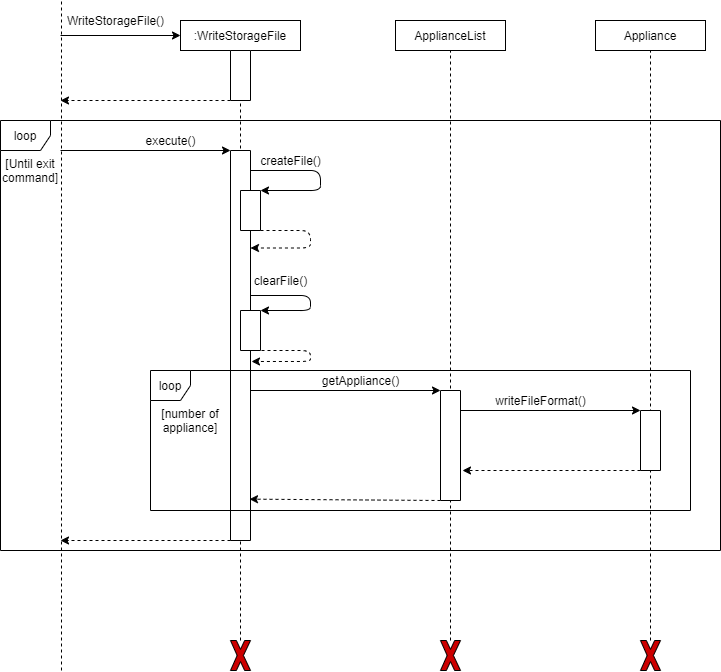
Earlier version of the draw.io export docs/images/diagrams/Sequence_WriteStorageFile.png (nus-cs2113-AY2021S1/tp). Source tidied: cells renumbered, new cells last; positions are measured from the earlier drawing's top-left corner, leaving out a move shared by most shapes. Source of this version:
```xml
<mxGraphModel>
  <root>
    <mxCell id="0" />
    <mxCell id="1" parent="0" />
    <mxCell id="2" value="loop" style="shape=umlFrame;whiteSpace=wrap;html=1;width=50;height=30;" parent="1" vertex="1">
      <mxGeometry y="120" width="720" height="430" as="geometry" />
    </mxCell>
    <mxCell id="3" style="endArrow=none;dashed=1;html=1;entryX=1;entryY=0.5;entryDx=0;entryDy=0;" parent="1" edge="1" source="32" target="40">
      <mxGeometry relative="1" as="geometry" />
    </mxCell>
    <mxCell id="4" style="endArrow=none;dashed=1;html=1;entryX=0.5;entryY=1;entryDx=0;entryDy=0;" parent="1" edge="1" source="36" target="27">
      <mxGeometry relative="1" as="geometry" />
    </mxCell>
    <mxCell id="5" style="endArrow=none;dashed=1;html=1;entryX=0.5;entryY=1;entryDx=0;entryDy=0;" parent="1" edge="1" source="40" target="6">
      <mxGeometry relative="1" as="geometry" />
    </mxCell>
    <mxCell id="6" value=":WriteStorageFile" style="rounded=0;whiteSpace=wrap;html=1;" parent="1" vertex="1">
      <mxGeometry x="180" y="20" width="120" height="30" as="geometry" />
    </mxCell>
    <mxCell id="7" style="rounded=0;whiteSpace=wrap;html=1;direction=west;" parent="1" vertex="1">
      <mxGeometry x="230" y="150" width="20" height="390" as="geometry" />
    </mxCell>
    <mxCell id="8" style="rounded=0;whiteSpace=wrap;html=1;direction=south;" parent="1" vertex="1">
      <mxGeometry x="240" y="190" width="20" height="40" as="geometry" />
    </mxCell>
    <mxCell id="9" style="edgeStyle=elbowEdgeStyle;elbow=vertical;endArrow=classic;html=1;exitX=1;exitY=0;exitDx=0;exitDy=0;entryX=0;entryY=0.75;entryDx=0;entryDy=0;dashed=1;" parent="1" edge="1" source="8" target="7">
      <mxGeometry relative="1" as="geometry">
        <Array as="points">
          <mxPoint x="310" y="240" />
          <mxPoint x="320" y="350" />
          <mxPoint x="310" y="370" />
          <mxPoint x="320" y="350" />
          <mxPoint x="290" y="350" />
          <mxPoint x="310" y="390" />
          <mxPoint x="320" y="440" />
          <mxPoint x="280" y="430" />
          <mxPoint x="280" y="170" />
          <mxPoint x="270" y="170" />
          <mxPoint x="280" y="170" />
          <mxPoint x="340" y="148" />
        </Array>
      </mxGeometry>
    </mxCell>
    <mxCell id="10" value="createFile()" style="text;html=1;align=center;verticalAlign=middle;" parent="1" vertex="1">
      <mxGeometry x="250" y="150" width="80" height="20" as="geometry" />
    </mxCell>
    <mxCell id="11" style="rounded=0;whiteSpace=wrap;html=1;direction=south;" parent="1" vertex="1">
      <mxGeometry x="240" y="310" width="20" height="40" as="geometry" />
    </mxCell>
    <mxCell id="12" style="edgeStyle=elbowEdgeStyle;elbow=vertical;endArrow=classic;html=1;exitX=1;exitY=0.25;exitDx=0;exitDy=0;dashed=1;entryX=-0.05;entryY=0.459;entryDx=0;entryDy=0;entryPerimeter=0;" parent="1" edge="1" source="11" target="7">
      <mxGeometry relative="1" as="geometry">
        <Array as="points">
          <mxPoint x="310" y="400" />
          <mxPoint x="330" y="398" />
          <mxPoint x="310" y="398" />
          <mxPoint x="388" y="388" />
          <mxPoint x="368" y="368" />
          <mxPoint x="496" y="482.1" />
          <mxPoint x="466" y="482.1" />
          <mxPoint x="496" y="552.1" />
          <mxPoint x="466" y="312.1" />
          <mxPoint x="466" y="332.1" />
          <mxPoint x="466" y="292.1" />
          <mxPoint x="496" y="292.1" />
          <mxPoint x="456" y="272.1" />
          <mxPoint x="676" y="292.1" />
          <mxPoint x="666" y="302.1" />
          <mxPoint x="466" y="302.1" />
          <mxPoint x="486" y="269.1" />
          <mxPoint x="496" y="269.1" />
          <mxPoint x="536" y="269.1" />
          <mxPoint x="516" y="282.1" />
          <mxPoint x="516" y="269.1" />
        </Array>
      </mxGeometry>
    </mxCell>
    <mxCell id="13" value="clearFile()" style="text;html=1;align=center;verticalAlign=middle;rotation=0;" parent="1" vertex="1">
      <mxGeometry x="245" y="270" width="70" height="20" as="geometry" />
    </mxCell>
    <mxCell id="14" style="endArrow=classic;html=1;entryX=0;entryY=0.5;entryDx=0;entryDy=0;" parent="1" edge="1" target="6">
      <mxGeometry relative="1" as="geometry">
        <mxPoint x="60" y="35" as="sourcePoint" />
      </mxGeometry>
    </mxCell>
    <mxCell id="15" style="endArrow=classic;html=1;dashed=1;exitX=1;exitY=1;exitDx=0;exitDy=0;" parent="1" edge="1" source="40">
      <mxGeometry relative="1" as="geometry">
        <mxPoint x="60" y="100" as="targetPoint" />
      </mxGeometry>
    </mxCell>
    <mxCell id="16" style="endArrow=none;dashed=1;html=1;" parent="1" edge="1">
      <mxGeometry relative="1" as="geometry">
        <mxPoint x="61" y="670" as="sourcePoint" />
        <mxPoint x="61" as="targetPoint" />
      </mxGeometry>
    </mxCell>
    <mxCell id="17" value="WriteStorageFile()" style="text;html=1;align=center;verticalAlign=middle;" parent="1" vertex="1">
      <mxGeometry x="60" y="10" width="110" height="20" as="geometry" />
    </mxCell>
    <mxCell id="18" style="endArrow=classic;html=1;entryX=1;entryY=1;entryDx=0;entryDy=0;" parent="1" edge="1" target="7">
      <mxGeometry relative="1" as="geometry">
        <mxPoint x="60" y="150" as="sourcePoint" />
      </mxGeometry>
    </mxCell>
    <mxCell id="19" value="execute()" style="text;html=1;align=center;verticalAlign=middle;" parent="1" vertex="1">
      <mxGeometry x="135" y="130" width="70" height="20" as="geometry" />
    </mxCell>
    <mxCell id="20" style="endArrow=classic;html=1;exitX=1;exitY=0;exitDx=0;exitDy=0;dashed=1;" parent="1" edge="1" source="7">
      <mxGeometry relative="1" as="geometry">
        <mxPoint x="60" y="540" as="targetPoint" />
      </mxGeometry>
    </mxCell>
    <mxCell id="21" style="endArrow=classic;html=1;entryX=0;entryY=1;entryDx=0;entryDy=0;" parent="1" edge="1" target="29">
      <mxGeometry relative="1" as="geometry">
        <mxPoint x="250" y="390" as="sourcePoint" />
      </mxGeometry>
    </mxCell>
    <mxCell id="22" style="endArrow=classic;html=1;entryX=0;entryY=1;entryDx=0;entryDy=0;" parent="1" edge="1" target="23">
      <mxGeometry relative="1" as="geometry">
        <mxPoint x="460" y="410" as="sourcePoint" />
      </mxGeometry>
    </mxCell>
    <mxCell id="23" style="rounded=0;whiteSpace=wrap;html=1;direction=south;" parent="1" vertex="1">
      <mxGeometry x="640" y="410" width="20" height="60" as="geometry" />
    </mxCell>
    <mxCell id="24" style="endArrow=classic;html=1;exitX=1;exitY=1;exitDx=0;exitDy=0;dashed=1;" parent="1" edge="1" source="23">
      <mxGeometry relative="1" as="geometry">
        <mxPoint x="462" y="470" as="targetPoint" />
      </mxGeometry>
    </mxCell>
    <mxCell id="25" style="endArrow=classic;html=1;dashed=1;exitX=1;exitY=1;exitDx=0;exitDy=0;entryX=0.05;entryY=0.106;entryDx=0;entryDy=0;entryPerimeter=0;" parent="1" edge="1" source="29" target="7">
      <mxGeometry relative="1" as="geometry" />
    </mxCell>
    <mxCell id="26" value="ApplianceList" style="rounded=0;whiteSpace=wrap;html=1;" parent="1" vertex="1">
      <mxGeometry x="395" y="20" width="110" height="30" as="geometry" />
    </mxCell>
    <mxCell id="27" value="Appliance" style="rounded=0;whiteSpace=wrap;html=1;" parent="1" vertex="1">
      <mxGeometry x="595" y="20" width="110" height="30" as="geometry" />
    </mxCell>
    <mxCell id="28" style="endArrow=none;dashed=1;html=1;entryX=0.5;entryY=1;entryDx=0;entryDy=0;" parent="1" edge="1" source="34" target="26">
      <mxGeometry relative="1" as="geometry" />
    </mxCell>
    <mxCell id="29" style="rounded=0;whiteSpace=wrap;html=1;direction=south;" parent="1" vertex="1">
      <mxGeometry x="440" y="390" width="20" height="110" as="geometry" />
    </mxCell>
    <mxCell id="30" value="getAppliance()" style="text;html=1;align=center;verticalAlign=middle;" parent="1" vertex="1">
      <mxGeometry x="315" y="370" width="90" height="20" as="geometry" />
    </mxCell>
    <mxCell id="31" value="writeFileFormat()" style="text;html=1;align=center;verticalAlign=middle;" parent="1" vertex="1">
      <mxGeometry x="485" y="390" width="110" height="20" as="geometry" />
    </mxCell>
    <mxCell id="32" style="verticalLabelPosition=bottom;verticalAlign=top;html=1;shape=mxgraph.basic.x;fillColor=#CC0000;" parent="1" vertex="1">
      <mxGeometry x="230" y="640" width="20" height="30" as="geometry" />
    </mxCell>
    <mxCell id="33" style="endArrow=none;dashed=1;html=1;entryX=0.5;entryY=1;entryDx=0;entryDy=0;" parent="1" edge="1" target="32">
      <mxGeometry relative="1" as="geometry">
        <mxPoint x="240" y="670" as="sourcePoint" />
      </mxGeometry>
    </mxCell>
    <mxCell id="34" style="verticalLabelPosition=bottom;verticalAlign=top;html=1;shape=mxgraph.basic.x;fillColor=#CC0000;" parent="1" vertex="1">
      <mxGeometry x="440" y="640" width="20" height="30" as="geometry" />
    </mxCell>
    <mxCell id="35" style="endArrow=none;dashed=1;html=1;entryX=0.5;entryY=1;entryDx=0;entryDy=0;" parent="1" edge="1" target="34">
      <mxGeometry relative="1" as="geometry">
        <mxPoint x="450" y="670" as="sourcePoint" />
      </mxGeometry>
    </mxCell>
    <mxCell id="36" style="verticalLabelPosition=bottom;verticalAlign=top;html=1;shape=mxgraph.basic.x;fillColor=#CC0000;" parent="1" vertex="1">
      <mxGeometry x="640" y="640" width="20" height="30" as="geometry" />
    </mxCell>
    <mxCell id="37" style="endArrow=none;dashed=1;html=1;entryX=0.5;entryY=1;entryDx=0;entryDy=0;" parent="1" edge="1" target="36">
      <mxGeometry relative="1" as="geometry">
        <mxPoint x="650" y="670" as="sourcePoint" />
      </mxGeometry>
    </mxCell>
    <mxCell id="38" style="edgeStyle=segmentEdgeStyle;endArrow=classic;html=1;entryX=0;entryY=0;entryDx=0;entryDy=0;" parent="1" edge="1" target="8">
      <mxGeometry relative="1" as="geometry">
        <mxPoint x="250" y="170" as="sourcePoint" />
        <Array as="points">
          <mxPoint x="320" y="170" />
          <mxPoint x="320" y="190" />
        </Array>
      </mxGeometry>
    </mxCell>
    <mxCell id="39" style="edgeStyle=segmentEdgeStyle;endArrow=classic;html=1;entryX=0;entryY=0;entryDx=0;entryDy=0;" parent="1" edge="1" target="11">
      <mxGeometry relative="1" as="geometry">
        <mxPoint x="250" y="295" as="sourcePoint" />
        <Array as="points">
          <mxPoint x="310" y="295" />
          <mxPoint x="310" y="310" />
        </Array>
      </mxGeometry>
    </mxCell>
    <mxCell id="40" style="rounded=0;whiteSpace=wrap;html=1;direction=south;" parent="1" vertex="1">
      <mxGeometry x="230" y="50" width="20" height="50" as="geometry" />
    </mxCell>
    <mxCell id="41" value="loop" style="shape=umlFrame;whiteSpace=wrap;html=1;width=40;height=30;" parent="1" vertex="1">
      <mxGeometry x="150" y="370" width="540" height="140" as="geometry" />
    </mxCell>
    <mxCell id="42" value="[number of appliance]" style="text;html=1;strokeColor=none;fillColor=none;align=center;verticalAlign=middle;whiteSpace=wrap;rounded=0;" parent="1" vertex="1">
      <mxGeometry x="160" y="410" width="60" height="20" as="geometry" />
    </mxCell>
    <mxCell id="43" style="edgeStyle=orthogonalEdgeStyle;rounded=0;orthogonalLoop=1;jettySize=auto;html=1;exitX=0.5;exitY=1;exitDx=0;exitDy=0;dashed=1;" parent="1" edge="1" source="42" target="42">
      <mxGeometry relative="1" as="geometry" />
    </mxCell>
    <mxCell id="44" value="[Until exit command]" style="text;html=1;strokeColor=none;fillColor=none;align=center;verticalAlign=middle;whiteSpace=wrap;rounded=0;" parent="1" vertex="1">
      <mxGeometry x="10" y="160" width="40" height="20" as="geometry" />
    </mxCell>
  </root>
</mxGraphModel>
```
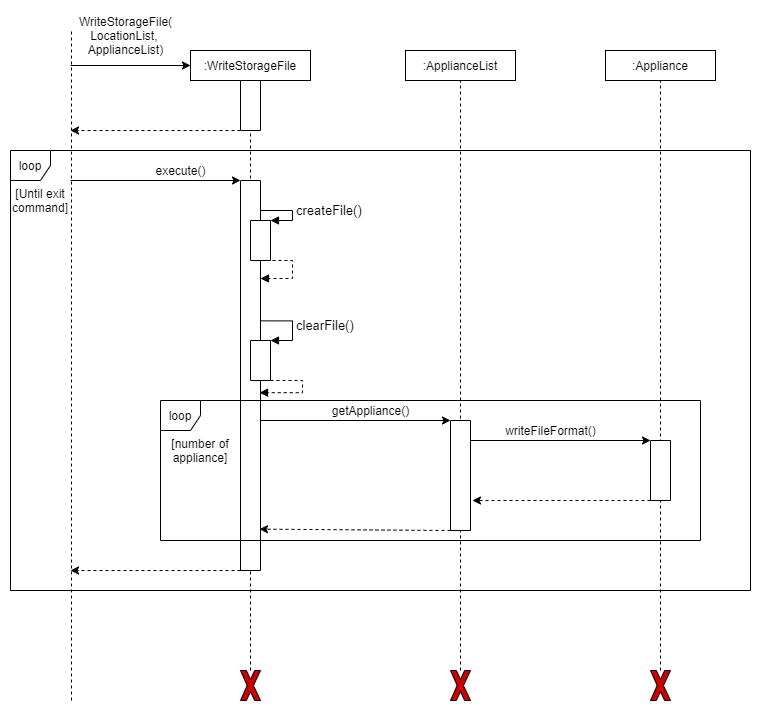
Above is the later version.

Commit message:
Updated images for read write storageFile, AddCommand and DeleteCommand

Diff of the diagram source:
```diff
@@ -2,9 +2,6 @@
   <root>
     <mxCell id="0" />
     <mxCell id="1" parent="0" />
-    <mxCell id="2" value="loop" style="shape=umlFrame;whiteSpace=wrap;html=1;width=50;height=30;" parent="1" vertex="1">
-      <mxGeometry y="120" width="720" height="430" as="geometry" />
-    </mxCell>
     <mxCell id="3" style="endArrow=none;dashed=1;html=1;entryX=1;entryY=0.5;entryDx=0;entryDy=0;" parent="1" edge="1" source="32" target="40">
       <mxGeometry relative="1" as="geometry" />
     </mxCell>
@@ -23,60 +20,9 @@
     <mxCell id="8" style="rounded=0;whiteSpace=wrap;html=1;direction=south;" parent="1" vertex="1">
       <mxGeometry x="240" y="190" width="20" height="40" as="geometry" />
     </mxCell>
-    <mxCell id="9" style="edgeStyle=elbowEdgeStyle;elbow=vertical;endArrow=classic;html=1;exitX=1;exitY=0;exitDx=0;exitDy=0;entryX=0;entryY=0.75;entryDx=0;entryDy=0;dashed=1;" parent="1" edge="1" source="8" target="7">
-      <mxGeometry relative="1" as="geometry">
-        <Array as="points">
-          <mxPoint x="310" y="240" />
-          <mxPoint x="320" y="350" />
-          <mxPoint x="310" y="370" />
-          <mxPoint x="320" y="350" />
-          <mxPoint x="290" y="350" />
-          <mxPoint x="310" y="390" />
-          <mxPoint x="320" y="440" />
-          <mxPoint x="280" y="430" />
-          <mxPoint x="280" y="170" />
-          <mxPoint x="270" y="170" />
-          <mxPoint x="280" y="170" />
-          <mxPoint x="340" y="148" />
-        </Array>
-      </mxGeometry>
-    </mxCell>
-    <mxCell id="10" value="createFile()" style="text;html=1;align=center;verticalAlign=middle;" parent="1" vertex="1">
-      <mxGeometry x="250" y="150" width="80" height="20" as="geometry" />
-    </mxCell>
     <mxCell id="11" style="rounded=0;whiteSpace=wrap;html=1;direction=south;" parent="1" vertex="1">
       <mxGeometry x="240" y="310" width="20" height="40" as="geometry" />
     </mxCell>
-    <mxCell id="12" style="edgeStyle=elbowEdgeStyle;elbow=vertical;endArrow=classic;html=1;exitX=1;exitY=0.25;exitDx=0;exitDy=0;dashed=1;entryX=-0.05;entryY=0.459;entryDx=0;entryDy=0;entryPerimeter=0;" parent="1" edge="1" source="11" target="7">
-      <mxGeometry relative="1" as="geometry">
-        <Array as="points">
-          <mxPoint x="310" y="400" />
-          <mxPoint x="330" y="398" />
-          <mxPoint x="310" y="398" />
-          <mxPoint x="388" y="388" />
-          <mxPoint x="368" y="368" />
-          <mxPoint x="496" y="482.1" />
-          <mxPoint x="466" y="482.1" />
-          <mxPoint x="496" y="552.1" />
-          <mxPoint x="466" y="312.1" />
-          <mxPoint x="466" y="332.1" />
-          <mxPoint x="466" y="292.1" />
-          <mxPoint x="496" y="292.1" />
-          <mxPoint x="456" y="272.1" />
-          <mxPoint x="676" y="292.1" />
-          <mxPoint x="666" y="302.1" />
-          <mxPoint x="466" y="302.1" />
-          <mxPoint x="486" y="269.1" />
-          <mxPoint x="496" y="269.1" />
-          <mxPoint x="536" y="269.1" />
-          <mxPoint x="516" y="282.1" />
-          <mxPoint x="516" y="269.1" />
-        </Array>
-      </mxGeometry>
-    </mxCell>
-    <mxCell id="13" value="clearFile()" style="text;html=1;align=center;verticalAlign=middle;rotation=0;" parent="1" vertex="1">
-      <mxGeometry x="245" y="270" width="70" height="20" as="geometry" />
-    </mxCell>
     <mxCell id="14" style="endArrow=classic;html=1;entryX=0;entryY=0.5;entryDx=0;entryDy=0;" parent="1" edge="1" target="6">
       <mxGeometry relative="1" as="geometry">
         <mxPoint x="60" y="35" as="sourcePoint" />
@@ -93,8 +39,8 @@
         <mxPoint x="61" as="targetPoint" />
       </mxGeometry>
     </mxCell>
-    <mxCell id="17" value="WriteStorageFile()" style="text;html=1;align=center;verticalAlign=middle;" parent="1" vertex="1">
-      <mxGeometry x="60" y="10" width="110" height="20" as="geometry" />
+    <mxCell id="17" value="WriteStorageFile(&lt;br&gt;LocationList, &lt;br&gt;ApplianceList)" style="text;html=1;align=center;verticalAlign=middle;" parent="1" vertex="1">
+      <mxGeometry x="60" y="-20" width="110" height="50" as="geometry" />
     </mxCell>
     <mxCell id="18" style="endArrow=classic;html=1;entryX=1;entryY=1;entryDx=0;entryDy=0;" parent="1" edge="1" target="7">
       <mxGeometry relative="1" as="geometry">
@@ -130,10 +76,10 @@
     <mxCell id="25" style="endArrow=classic;html=1;dashed=1;exitX=1;exitY=1;exitDx=0;exitDy=0;entryX=0.05;entryY=0.106;entryDx=0;entryDy=0;entryPerimeter=0;" parent="1" edge="1" source="29" target="7">
       <mxGeometry relative="1" as="geometry" />
     </mxCell>
-    <mxCell id="26" value="ApplianceList" style="rounded=0;whiteSpace=wrap;html=1;" parent="1" vertex="1">
+    <mxCell id="26" value=":ApplianceList" style="rounded=0;whiteSpace=wrap;html=1;" parent="1" vertex="1">
       <mxGeometry x="395" y="20" width="110" height="30" as="geometry" />
     </mxCell>
-    <mxCell id="27" value="Appliance" style="rounded=0;whiteSpace=wrap;html=1;" parent="1" vertex="1">
+    <mxCell id="27" value=":Appliance" style="rounded=0;whiteSpace=wrap;html=1;" parent="1" vertex="1">
       <mxGeometry x="595" y="20" width="110" height="30" as="geometry" />
     </mxCell>
     <mxCell id="28" style="endArrow=none;dashed=1;html=1;entryX=0.5;entryY=1;entryDx=0;entryDy=0;" parent="1" edge="1" source="34" target="26">
@@ -172,24 +118,6 @@
         <mxPoint x="650" y="670" as="sourcePoint" />
       </mxGeometry>
     </mxCell>
-    <mxCell id="38" style="edgeStyle=segmentEdgeStyle;endArrow=classic;html=1;entryX=0;entryY=0;entryDx=0;entryDy=0;" parent="1" edge="1" target="8">
-      <mxGeometry relative="1" as="geometry">
-        <mxPoint x="250" y="170" as="sourcePoint" />
-        <Array as="points">
-          <mxPoint x="320" y="170" />
-          <mxPoint x="320" y="190" />
-        </Array>
-      </mxGeometry>
-    </mxCell>
-    <mxCell id="39" style="edgeStyle=segmentEdgeStyle;endArrow=classic;html=1;entryX=0;entryY=0;entryDx=0;entryDy=0;" parent="1" edge="1" target="11">
-      <mxGeometry relative="1" as="geometry">
-        <mxPoint x="250" y="295" as="sourcePoint" />
-        <Array as="points">
-          <mxPoint x="310" y="295" />
-          <mxPoint x="310" y="310" />
-        </Array>
-      </mxGeometry>
-    </mxCell>
     <mxCell id="40" style="rounded=0;whiteSpace=wrap;html=1;direction=south;" parent="1" vertex="1">
       <mxGeometry x="230" y="50" width="20" height="50" as="geometry" />
     </mxCell>
@@ -205,5 +133,47 @@
     <mxCell id="44" value="[Until exit command]" style="text;html=1;strokeColor=none;fillColor=none;align=center;verticalAlign=middle;whiteSpace=wrap;rounded=0;" parent="1" vertex="1">
       <mxGeometry x="10" y="160" width="40" height="20" as="geometry" />
     </mxCell>
+    <mxCell id="45" value="&lt;font style=&quot;font-size: 13px&quot;&gt;&lt;font style=&quot;font-size: 13px&quot;&gt;createFile&lt;/font&gt;()&lt;/font&gt;" style="edgeStyle=orthogonalEdgeStyle;html=1;align=left;spacingLeft=2;endArrow=block;rounded=0;fontSize=10;fontColor=#000000;exitX=0.952;exitY=0.074;exitDx=0;exitDy=0;exitPerimeter=0;" parent="1" edge="1">
+      <mxGeometry relative="1" as="geometry">
+        <mxPoint x="250" y="180" as="sourcePoint" />
+        <mxPoint x="260" y="190" as="targetPoint" />
+        <Array as="points">
+          <mxPoint x="282" y="180" />
+          <mxPoint x="282" y="190" />
+        </Array>
+      </mxGeometry>
+    </mxCell>
+    <mxCell id="46" style="edgeStyle=orthogonalEdgeStyle;html=1;align=left;spacingLeft=2;endArrow=block;rounded=0;fontSize=10;fontColor=#000000;exitX=0.952;exitY=0.074;exitDx=0;exitDy=0;exitPerimeter=0;dashed=1;" parent="1" edge="1">
+      <mxGeometry relative="1" as="geometry">
+        <mxPoint x="250" y="230" as="sourcePoint" />
+        <mxPoint x="250" y="248" as="targetPoint" />
+        <Array as="points">
+          <mxPoint x="282" y="230" />
+          <mxPoint x="282" y="248" />
+        </Array>
+      </mxGeometry>
+    </mxCell>
+    <mxCell id="47" value="&lt;font style=&quot;font-size: 13px&quot;&gt;&lt;font style=&quot;font-size: 13px&quot;&gt;clearFile&lt;/font&gt;()&lt;/font&gt;" style="edgeStyle=orthogonalEdgeStyle;html=1;align=left;spacingLeft=2;endArrow=block;rounded=0;fontSize=10;fontColor=#000000;exitX=0.952;exitY=0.074;exitDx=0;exitDy=0;exitPerimeter=0;" parent="1" edge="1">
+      <mxGeometry relative="1" as="geometry">
+        <mxPoint x="250" y="290.4" as="sourcePoint" />
+        <mxPoint x="260" y="310" as="targetPoint" />
+        <Array as="points">
+          <mxPoint x="282" y="290" />
+          <mxPoint x="282" y="310" />
+        </Array>
+      </mxGeometry>
+    </mxCell>
+    <mxCell id="48" style="edgeStyle=orthogonalEdgeStyle;html=1;align=left;spacingLeft=2;endArrow=block;rounded=0;entryX=0.05;entryY=0.456;fontSize=10;fontColor=#000000;exitX=0.952;exitY=0.074;exitDx=0;exitDy=0;exitPerimeter=0;entryDx=0;entryDy=0;entryPerimeter=0;dashed=1;" parent="1" edge="1" target="7">
+      <mxGeometry relative="1" as="geometry">
+        <mxPoint x="260" y="350" as="sourcePoint" />
+        <Array as="points">
+          <mxPoint x="292" y="350" />
+          <mxPoint x="292" y="362" />
+        </Array>
+      </mxGeometry>
+    </mxCell>
+    <mxCell id="2" value="loop" style="shape=umlFrame;whiteSpace=wrap;html=1;width=40;height=30;" parent="1" vertex="1">
+      <mxGeometry y="120" width="740" height="440" as="geometry" />
+    </mxCell>
   </root>
 </mxGraphModel>
```
